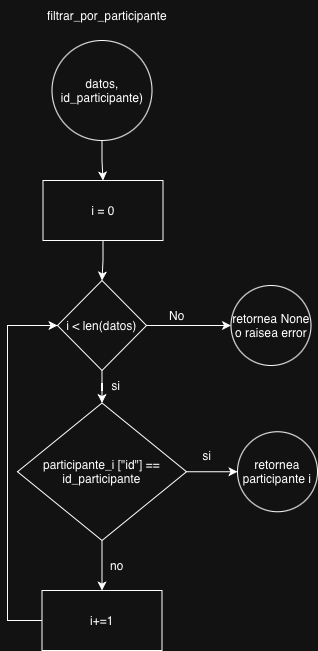
Above: Diagramas/filtrar_por_participante.png in benjacoduti/Pulse_Lab (draw.io), before the change. Source tidied: cells renumbered, new cells last; positions are measured from the earlier drawing's top-left corner, leaving out a move shared by most shapes.
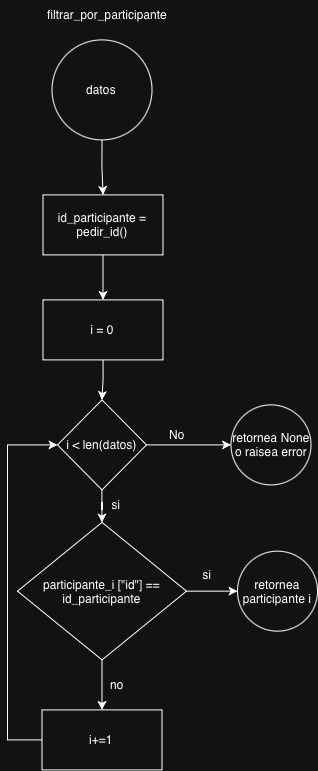
After the commit.

Diff of the diagram source:
```diff
@@ -2,11 +2,11 @@
   <root>
     <mxCell id="0" />
     <mxCell id="1" parent="0" />
-    <mxCell id="2" style="edgeStyle=orthogonalEdgeStyle;rounded=0;jettySize=auto;html=1;" parent="1" edge="1" source="3" target="5">
+    <mxCell id="2" style="edgeStyle=orthogonalEdgeStyle;rounded=0;jettySize=auto;html=1;" parent="1" edge="1" source="3" target="22">
       <mxGeometry relative="1" as="geometry" />
     </mxCell>
-    <mxCell id="3" value="datos,&lt;div&gt;id_participante)&lt;/div&gt;" style="ellipse;whiteSpace=wrap;html=1;" parent="1" vertex="1">
-      <mxGeometry x="44.5" y="40" width="100" height="100" as="geometry" />
+    <mxCell id="3" value="datos" style="ellipse;whiteSpace=wrap;html=1;" parent="1" vertex="1">
+      <mxGeometry x="44.5" y="-80" width="100" height="100" as="geometry" />
     </mxCell>
     <mxCell id="4" style="edgeStyle=orthogonalEdgeStyle;rounded=0;jettySize=auto;html=1;" parent="1" edge="1" source="5" target="8">
       <mxGeometry relative="1" as="geometry" />
@@ -47,7 +47,7 @@
       <mxGeometry x="34.5" y="590" width="120" height="60" as="geometry" />
     </mxCell>
     <mxCell id="15" value="filtrar_por_participante" style="text;html=1;whiteSpace=wrap;strokeColor=none;fillColor=none;align=center;verticalAlign=middle;rounded=0;" parent="1" vertex="1">
-      <mxGeometry x="70" width="60" height="30" as="geometry" />
+      <mxGeometry x="70" y="-120" width="60" height="30" as="geometry" />
     </mxCell>
     <mxCell id="16" value="si" style="text;html=1;whiteSpace=wrap;strokeColor=none;fillColor=none;align=center;verticalAlign=middle;rounded=0;" parent="1" vertex="1">
       <mxGeometry x="170" y="440" width="60" height="30" as="geometry" />
@@ -64,5 +64,11 @@
     <mxCell id="20" value="No" style="text;html=1;whiteSpace=wrap;strokeColor=none;fillColor=none;align=center;verticalAlign=middle;rounded=0;" parent="1" vertex="1">
       <mxGeometry x="140" y="300" width="60" height="30" as="geometry" />
     </mxCell>
+    <mxCell id="21" style="edgeStyle=orthogonalEdgeStyle;rounded=0;jettySize=auto;html=1;" parent="1" edge="1" source="22" target="5">
+      <mxGeometry relative="1" as="geometry" />
+    </mxCell>
+    <mxCell id="22" value="id_participante = pedir_id()" style="whiteSpace=wrap;html=1;" parent="1" vertex="1">
+      <mxGeometry x="35.5" y="75" width="120" height="60" as="geometry" />
+    </mxCell>
   </root>
 </mxGraphModel>
```
